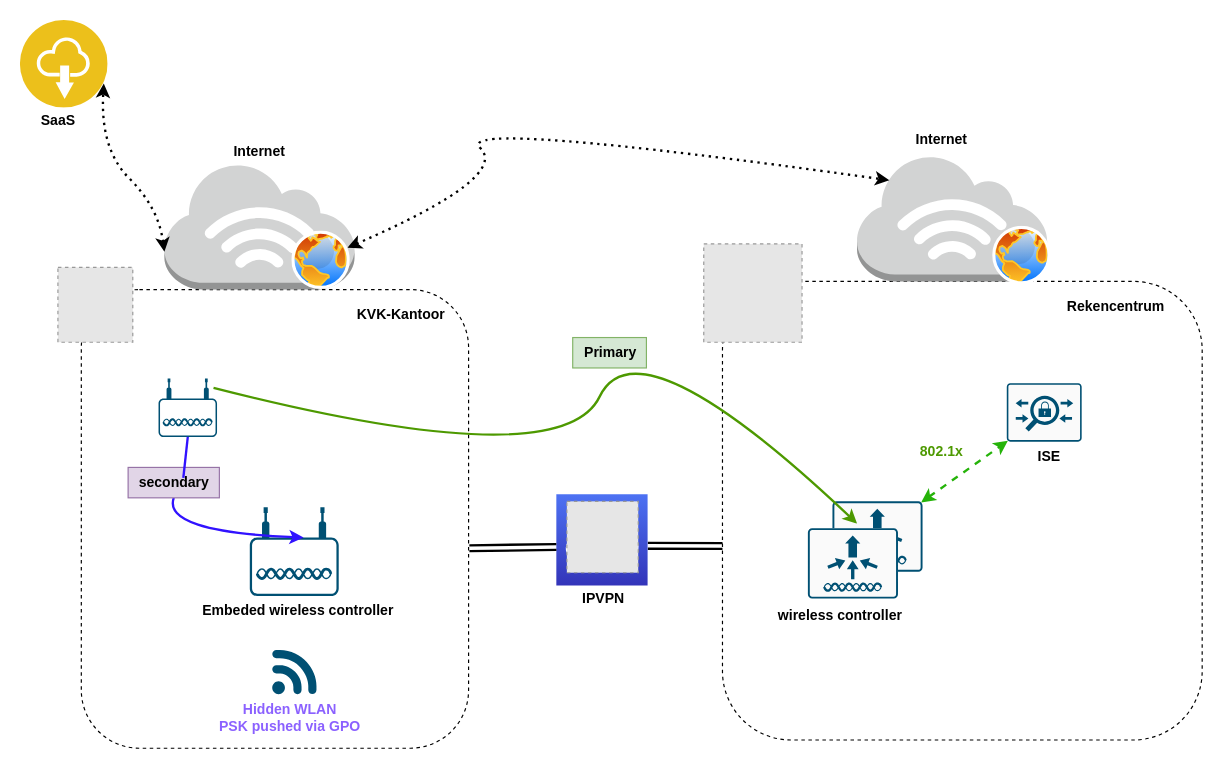
The draw.io diagram Untitled Diagram.drawio in mhwwas/Terraform, before the edit. Source tidied: cells renumbered, new cells numbered last; positions are measured from the earlier drawing's top-left corner, leaving out a move shared by most shapes. Both pictures are drawn from the tidied source at 117%, with x=0, y=0 at pixel (20, 20). Pictures stored in the file or linked from it are replaced by grey dashed boxes.
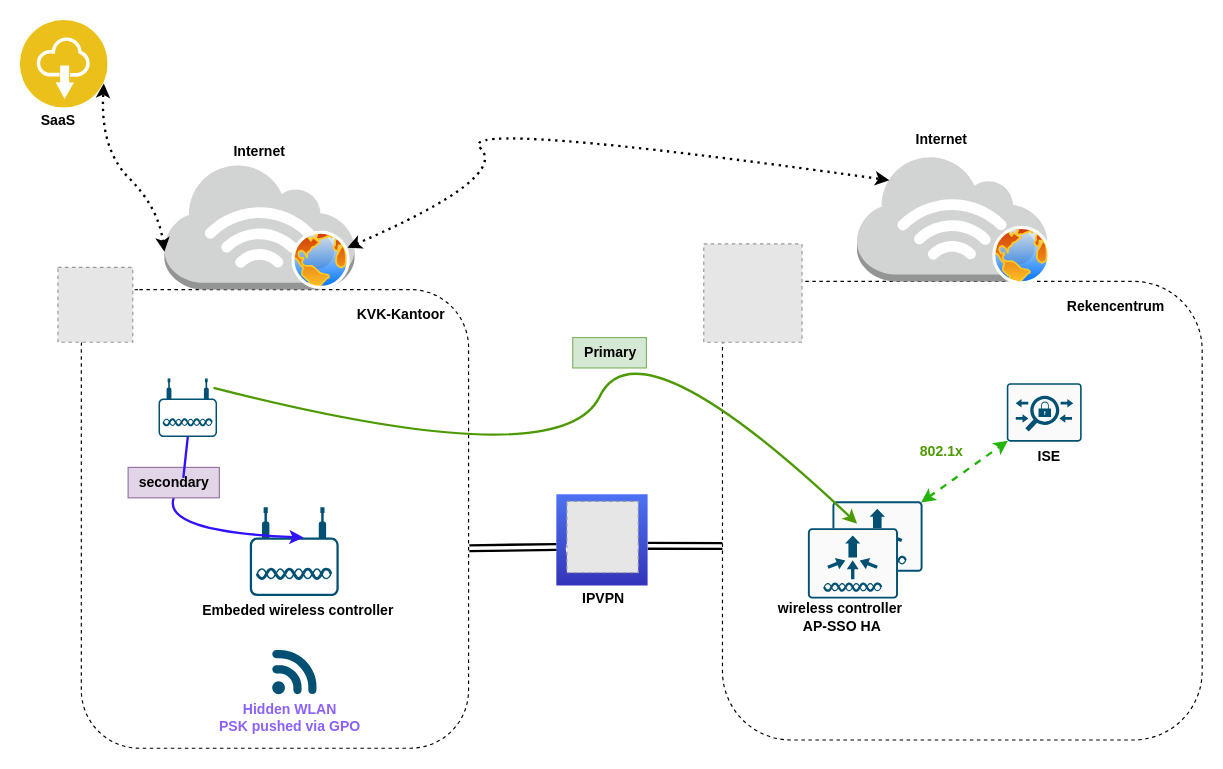
The same page after the edit.

Commit message:
WLAN controller

Change to the diagram source:
```diff
@@
-    <mxCell id="7" value="&lt;b&gt;wireless controller&amp;nbsp;&lt;/b&gt;" style="text;html=1;align=center;verticalAlign=middle;fillColor=none;strokeColor=none;rounded=0;" parent="1" vertex="1">
-      <mxGeometry x="638.5" y="496" width="127" height="26" as="geometry" />
+    <mxCell id="7" value="&lt;b&gt;wireless controller&amp;nbsp;&lt;br&gt;AP-SSO HA&lt;br&gt;&lt;/b&gt;" style="text;html=1;align=center;verticalAlign=middle;fillColor=none;strokeColor=none;rounded=0;" parent="1" vertex="1">
+      <mxGeometry x="638.5" y="489" width="127" height="41" as="geometry" />
     </mxCell>
```
